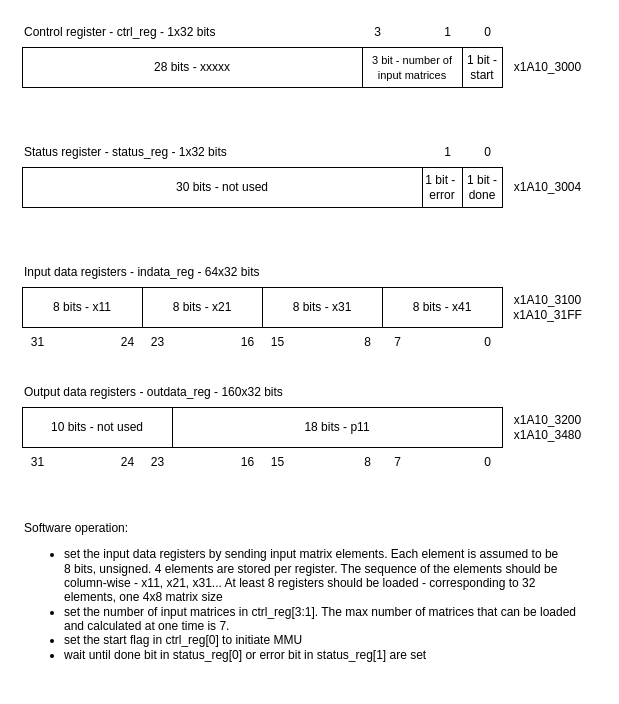
This is page "register_map" (1 of 2) of pulpino/ips/apb/apb_mmu/apb_mmu.drawio from thevenus/etin35-pulpino, a draw.io file, before an edit. Source tidied: cells renumbered, new cells numbered last; positions are measured from the earlier drawing's top-left corner, leaving out a move shared by most shapes. Both pictures are drawn from the tidied source at 100%, with x=0, y=0 at pixel (17, 17).
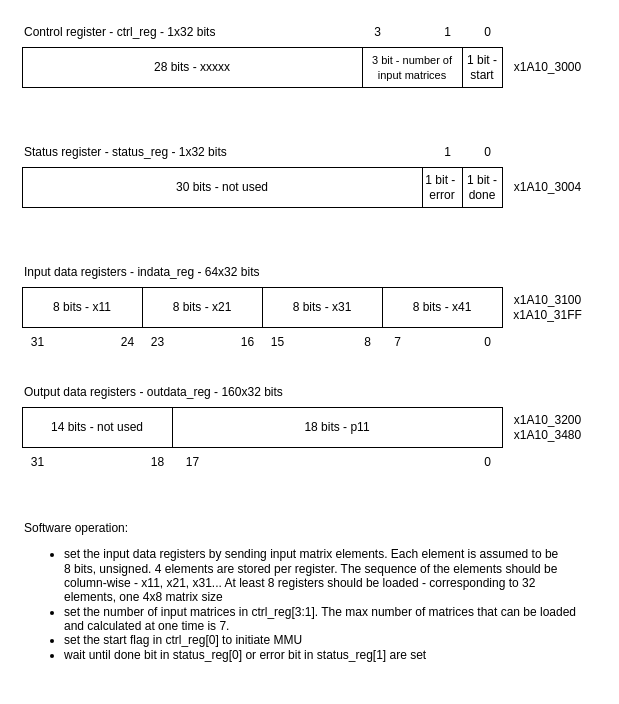
Above is the later version.

The edit, as a diff of the source:
```diff
@@
-    <mxCell id="31" value="10 bits - not used" style="rounded=0;whiteSpace=wrap;html=1;" parent="1" vertex="1">
+    <mxCell id="31" value="14 bits - not used" style="rounded=0;whiteSpace=wrap;html=1;" parent="1" vertex="1">
       <mxGeometry x="5" y="390" width="150" height="40" as="geometry" />
     </mxCell>
@@
-    <mxCell id="36" value="7" style="text;html=1;align=center;verticalAlign=middle;strokeColor=none;fillColor=none;" parent="1" vertex="1">
-      <mxGeometry x="365" y="430" width="30" height="30" as="geometry" />
-    </mxCell>
-    <mxCell id="37" value="15" style="text;html=1;align=center;verticalAlign=middle;strokeColor=none;fillColor=none;" parent="1" vertex="1">
-      <mxGeometry x="240" y="430" width="40" height="30" as="geometry" />
-    </mxCell>
-    <mxCell id="38" value="8" style="text;html=1;align=center;verticalAlign=middle;strokeColor=none;fillColor=none;" parent="1" vertex="1">
-      <mxGeometry x="335" y="430" width="30" height="30" as="geometry" />
-    </mxCell>
-    <mxCell id="39" value="23" style="text;html=1;align=center;verticalAlign=middle;strokeColor=none;fillColor=none;" parent="1" vertex="1">
+    <mxCell id="39" value="18" style="text;html=1;align=center;verticalAlign=middle;strokeColor=none;fillColor=none;" parent="1" vertex="1">
       <mxGeometry x="120" y="430" width="40" height="30" as="geometry" />
     </mxCell>
-    <mxCell id="40" value="16" style="text;html=1;align=center;verticalAlign=middle;strokeColor=none;fillColor=none;" parent="1" vertex="1">
-      <mxGeometry x="210" y="430" width="40" height="30" as="geometry" />
+    <mxCell id="40" value="17" style="text;html=1;align=center;verticalAlign=middle;strokeColor=none;fillColor=none;" parent="1" vertex="1">
+      <mxGeometry x="155" y="430" width="40" height="30" as="geometry" />
     </mxCell>
@@
-    <mxCell id="42" value="24" style="text;html=1;align=center;verticalAlign=middle;strokeColor=none;fillColor=none;" parent="1" vertex="1">
-      <mxGeometry x="90" y="430" width="40" height="30" as="geometry" />
-    </mxCell>
```
